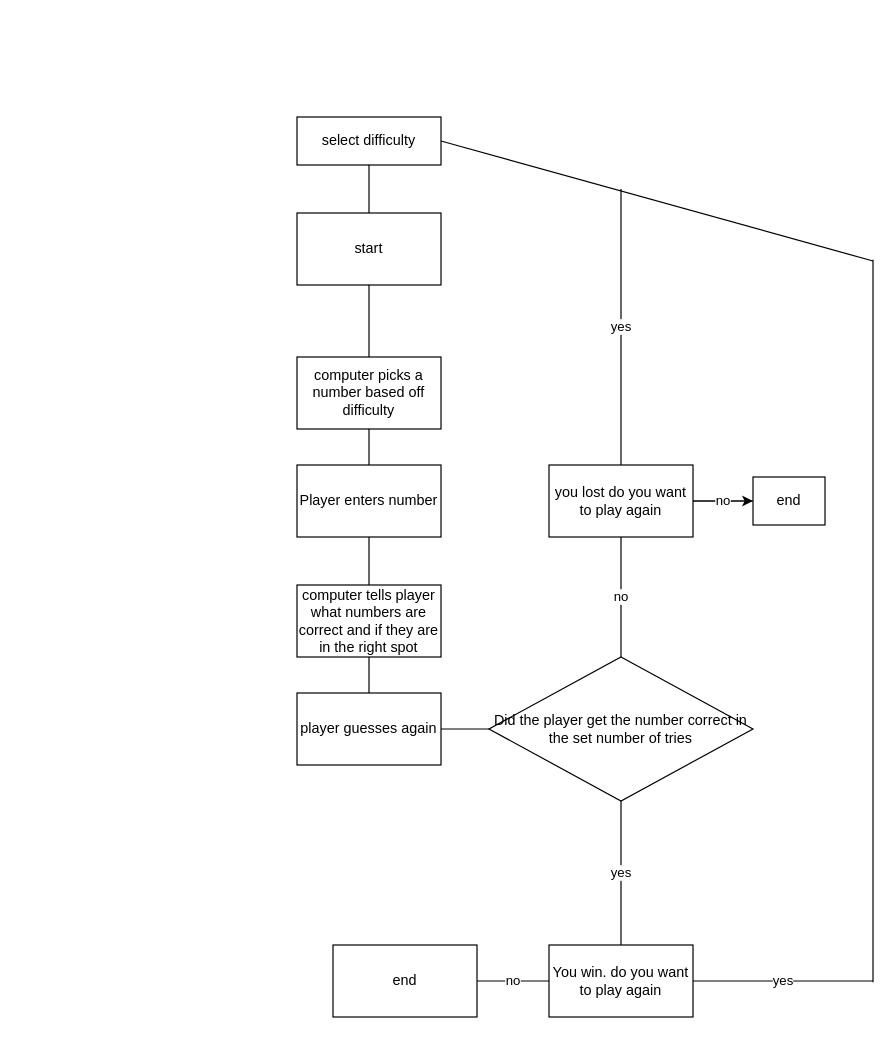
Earlier version of the draw.io diagram Untitled Diagram.drawio (cclos409/NumberGuessingGameSDLC). Source tidied: cells renumbered, new cells numbered last; positions are measured from the earlier drawing's top-left corner, leaving out a move shared by most shapes. Both pictures are drawn from the tidied source at 120%, with x=0, y=0 at pixel (296, 116).
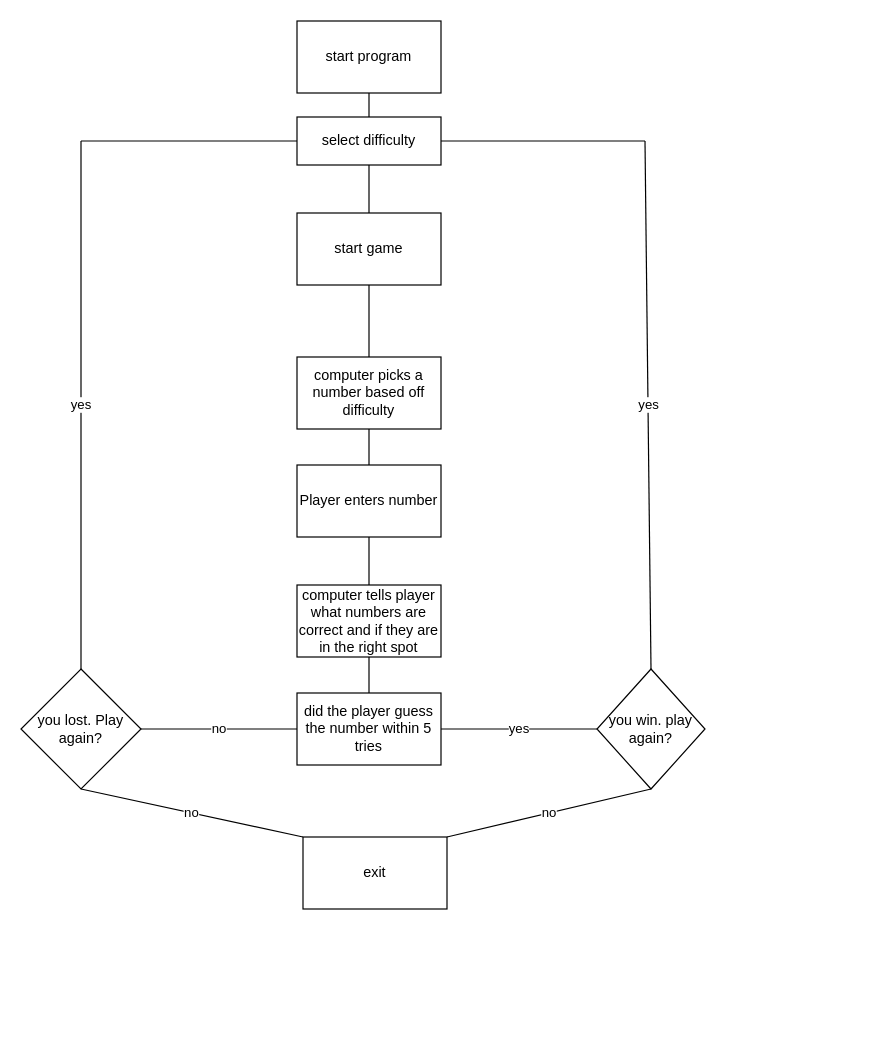
Above is the later version.

Unchanged cells that the change refers to:
```xml
<mxCell id="2" value="select difficulty" style="rounded=0;whiteSpace=wrap;html=1;" parent="1" vertex="1">
  <mxGeometry width="120" height="40" as="geometry" />
</mxCell>
```

Change to the diagram source:
```diff
@@
-    <mxCell id="4" value="start" style="rounded=0;whiteSpace=wrap;html=1;" parent="1" vertex="1">
+    <mxCell id="4" value="start game" style="rounded=0;whiteSpace=wrap;html=1;" parent="1" vertex="1">
       <mxGeometry y="80" width="120" height="60" as="geometry" />
     </mxCell>
@@
-    <mxCell id="12" value="player guesses again" style="rounded=0;whiteSpace=wrap;html=1;" parent="1" vertex="1">
-      <mxGeometry y="480" width="120" height="60" as="geometry" />
-    </mxCell>
-    <mxCell id="13" value="Did the player get the number correct in the set number of tries" style="rhombus;whiteSpace=wrap;html=1;" parent="1" vertex="1">
-      <mxGeometry x="160" y="450" width="220" height="120" as="geometry" />
-    </mxCell>
-    <mxCell id="14" style="endArrow=none;html=1;rounded=0;exitX=0;exitY=0.5;exitDx=0;exitDy=0;" parent="1" edge="1" source="13" target="12">
-      <mxGeometry relative="1" as="geometry">
-        <Array as="points">
-          <mxPoint x="120" y="510" />
-        </Array>
-      </mxGeometry>
-    </mxCell>
-    <mxCell id="15" value="yes" style="endArrow=none;html=1;rounded=0;" parent="1" edge="1">
-      <mxGeometry relative="1" as="geometry">
-        <mxPoint x="270" y="690" as="sourcePoint" />
-        <mxPoint x="270" y="570" as="targetPoint" />
-      </mxGeometry>
-    </mxCell>
-    <mxCell id="16" value="You win. do you want to play again" style="rounded=0;whiteSpace=wrap;html=1;" parent="1" vertex="1">
-      <mxGeometry x="210" y="690" width="120" height="60" as="geometry" />
-    </mxCell>
-    <mxCell id="17" value="yes" style="endArrow=none;html=1;rounded=0;" parent="1" edge="1">
-      <mxGeometry relative="1" as="geometry">
-        <mxPoint x="330" y="720" as="sourcePoint" />
-        <mxPoint x="480" y="720" as="targetPoint" />
-      </mxGeometry>
-    </mxCell>
-    <mxCell id="18" style="endArrow=none;html=1;rounded=0;" parent="1" edge="1">
-      <mxGeometry relative="1" as="geometry">
-        <mxPoint x="480" y="721" as="sourcePoint" />
-        <mxPoint x="480" y="119" as="targetPoint" />
-      </mxGeometry>
-    </mxCell>
-    <mxCell id="19" style="endArrow=none;html=1;rounded=0;entryX=1;entryY=0.5;entryDx=0;entryDy=0;" parent="1" edge="1" target="2">
-      <mxGeometry relative="1" as="geometry">
-        <mxPoint x="480" y="120" as="sourcePoint" />
-      </mxGeometry>
-    </mxCell>
-    <mxCell id="20" style="edgeStyle=orthogonalEdgeStyle;rounded=0;jettySize=auto;html=1;" parent="1" edge="1" source="21" target="26">
-      <mxGeometry relative="1" as="geometry" />
-    </mxCell>
-    <mxCell id="21" value="you lost do you want to play again" style="rounded=0;whiteSpace=wrap;html=1;" parent="1" vertex="1">
-      <mxGeometry x="210" y="290" width="120" height="60" as="geometry" />
-    </mxCell>
-    <mxCell id="22" value="no" style="endArrow=none;html=1;rounded=0;entryX=0.5;entryY=1;entryDx=0;entryDy=0;" parent="1" edge="1" target="21">
-      <mxGeometry relative="1" as="geometry">
-        <mxPoint x="270" y="450" as="sourcePoint" />
-      </mxGeometry>
-    </mxCell>
-    <mxCell id="23" value="end" style="rounded=0;whiteSpace=wrap;html=1;" parent="1" vertex="1">
-      <mxGeometry x="30" y="690" width="120" height="60" as="geometry" />
-    </mxCell>
-    <mxCell id="24" value="no" style="endArrow=none;html=1;rounded=0;exitX=1;exitY=0.5;exitDx=0;exitDy=0;" parent="1" edge="1" source="23">
-      <mxGeometry relative="1" as="geometry">
-        <mxPoint x="210" y="720" as="targetPoint" />
-      </mxGeometry>
-    </mxCell>
-    <mxCell id="25" value="yes" style="endArrow=none;html=1;rounded=0;" parent="1" edge="1">
-      <mxGeometry relative="1" as="geometry">
-        <mxPoint x="270" y="290" as="sourcePoint" />
-        <mxPoint x="270" y="60" as="targetPoint" />
-      </mxGeometry>
-    </mxCell>
-    <mxCell id="26" value="end" style="rounded=0;whiteSpace=wrap;html=1;" parent="1" vertex="1">
-      <mxGeometry x="380" y="300" width="60" height="40" as="geometry" />
-    </mxCell>
-    <mxCell id="27" value="no" style="endArrow=none;html=1;rounded=0;entryX=0;entryY=0.5;entryDx=0;entryDy=0;" parent="1" edge="1" target="26">
-      <mxGeometry relative="1" as="geometry">
-        <mxPoint x="330" y="320" as="sourcePoint" />
-      </mxGeometry>
-    </mxCell>
+    <mxCell id="28" value="did the player guess the number within 5 tries" style="rounded=0;whiteSpace=wrap;html=1;" parent="1" vertex="1">
+      <mxGeometry y="480" width="120" height="60" as="geometry" />
+    </mxCell>
+    <mxCell id="29" value="you win. play again?" style="rhombus;whiteSpace=wrap;html=1;" parent="1" vertex="1">
+      <mxGeometry x="250" y="460" width="90" height="100" as="geometry" />
+    </mxCell>
+    <mxCell id="30" value="you lost. Play again?" style="rhombus;whiteSpace=wrap;html=1;" parent="1" vertex="1">
+      <mxGeometry x="-230" y="460" width="100" height="100" as="geometry" />
+    </mxCell>
+    <mxCell id="31" value="yes" style="endArrow=none;html=1;rounded=0;entryX=0;entryY=0.5;entryDx=0;entryDy=0;exitX=1;exitY=0.5;exitDx=0;exitDy=0;" parent="1" edge="1" source="28" target="29">
+      <mxGeometry relative="1" as="geometry" />
+    </mxCell>
+    <mxCell id="32" value="yes" style="endArrow=none;html=1;rounded=0;exitX=0.5;exitY=0;exitDx=0;exitDy=0;" parent="1" edge="1" source="29">
+      <mxGeometry relative="1" as="geometry">
+        <mxPoint x="290" y="20" as="targetPoint" />
+      </mxGeometry>
+    </mxCell>
+    <mxCell id="33" style="endArrow=none;html=1;rounded=0;exitX=1;exitY=0.5;exitDx=0;exitDy=0;" parent="1" edge="1" source="2">
+      <mxGeometry relative="1" as="geometry">
+        <mxPoint x="290" y="20" as="targetPoint" />
+      </mxGeometry>
+    </mxCell>
+    <mxCell id="34" value="start program" style="rounded=0;whiteSpace=wrap;html=1;" parent="1" vertex="1">
+      <mxGeometry y="-80" width="120" height="60" as="geometry" />
+    </mxCell>
+    <mxCell id="35" style="endArrow=none;html=1;rounded=0;exitX=0.5;exitY=0;exitDx=0;exitDy=0;" parent="1" edge="1" source="2">
+      <mxGeometry relative="1" as="geometry">
+        <mxPoint x="60" y="-20" as="targetPoint" />
+      </mxGeometry>
+    </mxCell>
+    <mxCell id="36" value="no" style="endArrow=none;html=1;rounded=0;entryX=0;entryY=0.5;entryDx=0;entryDy=0;exitX=1;exitY=0.5;exitDx=0;exitDy=0;" parent="1" edge="1" source="30" target="28">
+      <mxGeometry relative="1" as="geometry" />
+    </mxCell>
+    <mxCell id="37" value="yes" style="endArrow=none;html=1;rounded=0;exitX=0.5;exitY=0;exitDx=0;exitDy=0;" parent="1" edge="1" source="30">
+      <mxGeometry relative="1" as="geometry">
+        <mxPoint x="-180" y="20" as="targetPoint" />
+      </mxGeometry>
+    </mxCell>
+    <mxCell id="38" style="endArrow=none;html=1;rounded=0;entryX=0;entryY=0.5;entryDx=0;entryDy=0;" parent="1" edge="1" target="2">
+      <mxGeometry relative="1" as="geometry">
+        <mxPoint x="-180" y="20" as="sourcePoint" />
+      </mxGeometry>
+    </mxCell>
+    <mxCell id="39" value="exit" style="rounded=0;whiteSpace=wrap;html=1;" parent="1" vertex="1">
+      <mxGeometry x="5" y="600" width="120" height="60" as="geometry" />
+    </mxCell>
+    <mxCell id="40" value="no" style="endArrow=none;html=1;rounded=0;entryX=0.5;entryY=1;entryDx=0;entryDy=0;exitX=0;exitY=0;exitDx=0;exitDy=0;" parent="1" edge="1" source="39" target="30">
+      <mxGeometry relative="1" as="geometry" />
+    </mxCell>
+    <mxCell id="41" value="no" style="endArrow=none;html=1;rounded=0;entryX=0.5;entryY=1;entryDx=0;entryDy=0;exitX=1;exitY=0;exitDx=0;exitDy=0;" parent="1" edge="1" source="39" target="29">
+      <mxGeometry relative="1" as="geometry" />
+    </mxCell>
```
